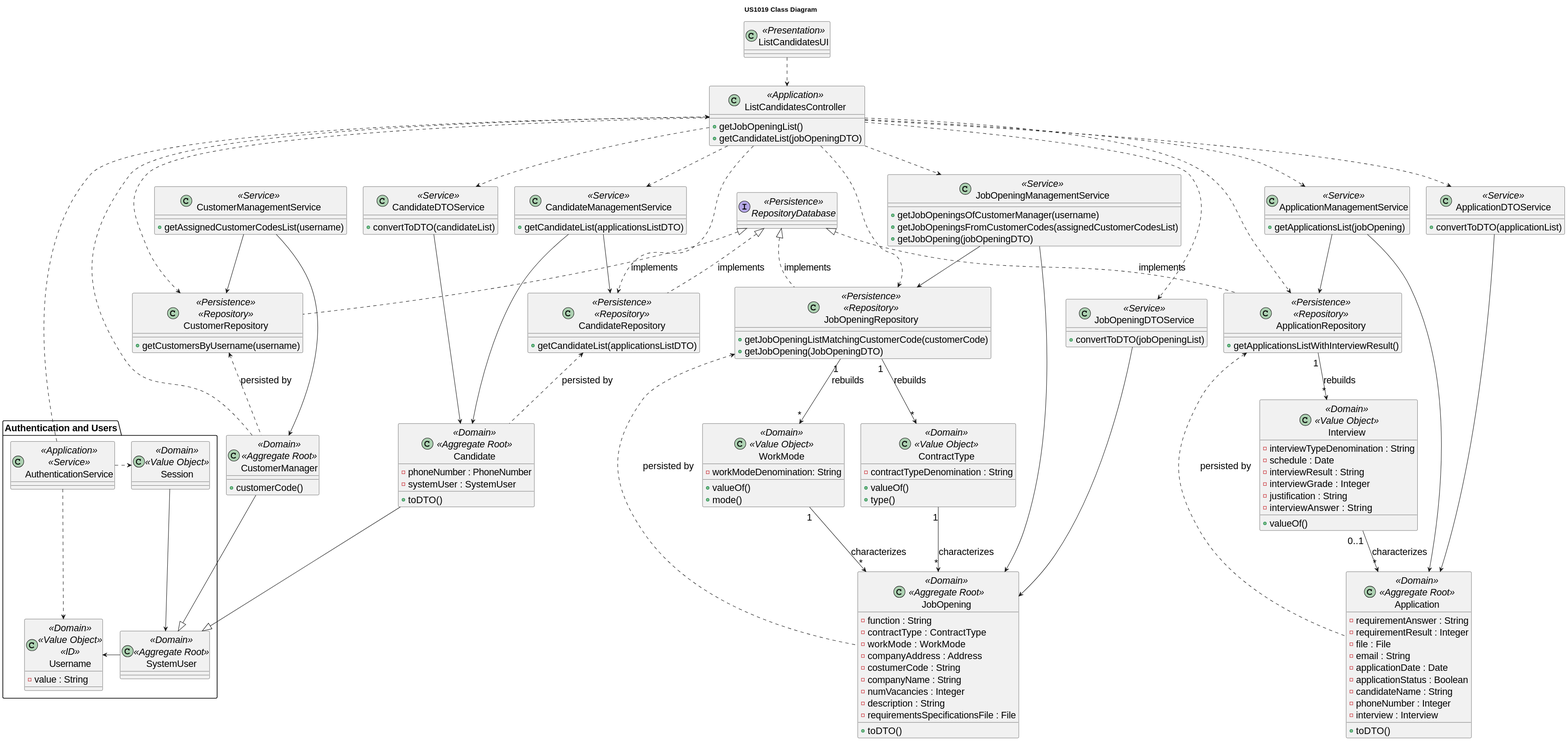
Earlier version of the PlantUML export docs/sprint-c/us_1019/CD/US1019_CD.svg (rita-barbosa/LAPR4-2324).
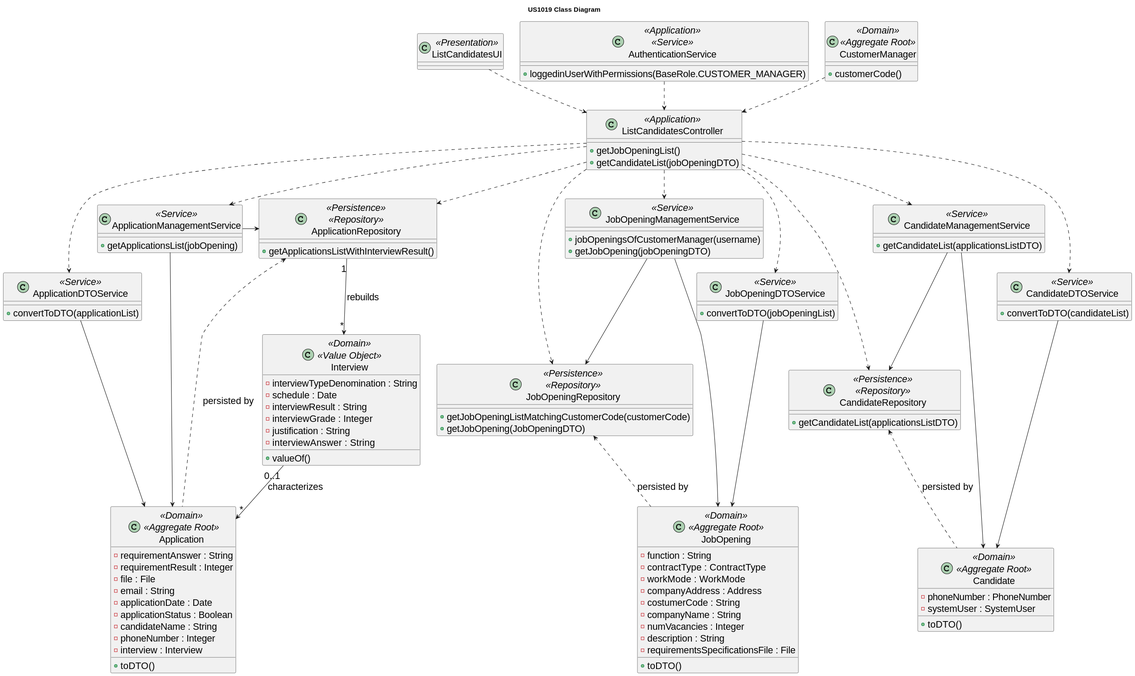
Later version of the same file.

Commit message:
docs: updates class diagram of us1019.

(part related to get the job opening list)

[#208]

Change to the diagram source:
```diff
@@ -11,13 +11,8 @@
     }
 
 class JobOpeningManagementService <<Service>> {
-    + getJobOpeningsOfCustomerManager(username)
-    + getJobOpeningsFromCustomerCodes(assignedCustomerCodesList)
+    + jobOpeningsOfCustomerManager(username)
     + getJobOpening(jobOpeningDTO)
-}
-
-class CustomerManagementService <<Service>> {
-    + getAssignedCustomerCodesList(username)
 }
 
 class JobOpeningDTOService <<Service>> {
@@ -40,16 +35,10 @@
     + convertToDTO(candidateList)
 }
 
-    package "Authentication and Users" {
-        class AuthenticationService <<Application>> <<Service>> {
-        }
-        class Session <<Domain>> <<Value Object>> {
-        }
-        class SystemUser <<Domain>> <<Aggregate Root>> {
-        }
-        class Username <<Domain>> <<Value Object>> <<ID>> {
-            - value : String
-        }
+
+    class AuthenticationService <<Application>> <<Service>> {
+        + loggedinUserWithPermissions(BaseRole.CUSTOMER_MANAGER)
+
     }
 
     class CustomerManager <<Domain>> <<Aggregate Root>> {
@@ -73,18 +62,6 @@
         - description : String
         - requirementsSpecificationsFile : File
         + toDTO()
-    }
-
-    class WorkMode <<Domain>> <<Value Object>> {
-        - workModeDenomination: String
-        + valueOf()
-        + mode()
-    }
-
-    class ContractType <<Domain>> <<Value Object>> {
-        - contractTypeDenomination : String
-        + valueOf()
-        + type()
     }
 
     class Application <<Domain>> <<Aggregate Root>> {
@@ -115,10 +92,6 @@
         + getJobOpening(JobOpeningDTO)
     }
 
-    class CustomerRepository <<Persistence>> <<Repository>> {
-        + getCustomersByUsername(username)
-    }
-
     class ApplicationRepository <<Persistence>> <<Repository>> {
         + getApplicationsListWithInterviewResult()
     }
@@ -127,39 +100,29 @@
         + getCandidateList(applicationsListDTO)
     }
 
-    interface RepositoryDatabase <<Persistence>> {
-    }
-
 CustomerManager ..> ListCandidatesController
 ListCandidatesUI ..> ListCandidatesController
 ListCandidatesController ..> JobOpeningRepository
 ListCandidatesController ..> ApplicationRepository
 ListCandidatesController ..> CandidateRepository
-ListCandidatesController ..> CustomerRepository
 ListCandidatesController ..> ApplicationManagementService
 ListCandidatesController ..> JobOpeningManagementService
-ListCandidatesController ...> JobOpeningDTOService
+ListCandidatesController ..> JobOpeningDTOService
 ListCandidatesController ..> ApplicationDTOService
 ListCandidatesController ..> CandidateManagementService
 ListCandidatesController ..> CandidateDTOService
 
-WorkMode "1" --> "*" JobOpening : characterizes
-ContractType "1" --> "*" JobOpening  : characterizes
 Interview "0..1" --> "*" Application : characterizes
 JobOpeningManagementService --> JobOpeningRepository
 JobOpeningManagementService --> JobOpening
-ApplicationManagementService --> Application
-ApplicationManagementService --> ApplicationRepository
-ApplicationDTOService --> Application
+ApplicationManagementService -> Application
+ApplicationManagementService -> ApplicationRepository
+ApplicationDTOService -> Application
 JobOpeningDTOService --> JobOpening
 CandidateManagementService --> CandidateRepository
 CandidateManagementService --> Candidate
 CandidateDTOService --> Candidate
-CustomerManagementService --> CustomerRepository
-CustomerManagementService --> CustomerManager
 
-JobOpeningRepository "1" --> "*" ContractType : rebuilds
-JobOpeningRepository "1" --> "*" WorkMode : rebuilds
 JobOpeningRepository <.. JobOpening : persisted by
 
 ApplicationRepository <.. Application : persisted by
@@ -167,18 +130,6 @@
 
 CandidateRepository <.. Candidate : persisted by
 
-CustomerRepository <.. CustomerManager : persisted by
 
-RepositoryDatabase <|.. JobOpeningRepository : implements
-RepositoryDatabase <|.. ApplicationRepository : implements
-RepositoryDatabase <|.. CandidateRepository : implements
-RepositoryDatabase <|.. CustomerRepository : implements
-
-Session --> SystemUser
-SystemUser -> Username
-AuthenticationService .> Username
-AuthenticationService .> Session
 AuthenticationService ..> ListCandidatesController
-CustomerManager --|> SystemUser
-Candidate --|> SystemUser
 @enduml
```
